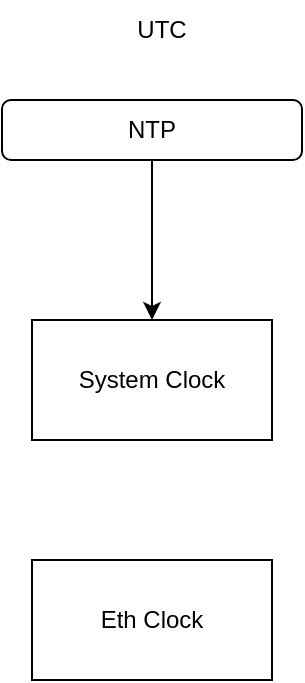
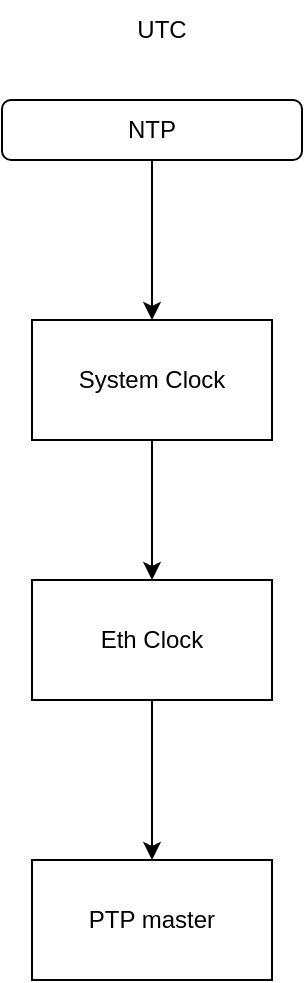
<mxfile host="app.diagrams.net" agent="Mozilla/5.0 (Windows NT 10.0; Win64; x64) AppleWebKit/537.36 (KHTML, like Gecko) Chrome/148.0.0.0 Safari/537.36">
  <diagram name="第 1 页" id="xi5zx8poPBdEaGlYp24N">
    <mxGraphModel dx="930" dy="494" grid="1" gridSize="10" guides="1" tooltips="1" connect="1" arrows="1" fold="1" page="1" pageScale="1" pageWidth="827" pageHeight="1169" math="0" shadow="0">
      <root>
        <mxCell id="0" />
        <mxCell id="1" parent="0" />
        <mxCell id="9tWx0qsMY7gKmuM-r2hu-1" edge="1" parent="1" source="473n1farRfXXC9yVkO81-1" style="edgeStyle=orthogonalEdgeStyle;rounded=0;orthogonalLoop=1;jettySize=auto;html=1;" target="473n1farRfXXC9yVkO81-7" value="">
          <mxGeometry relative="1" as="geometry" />
        </mxCell>
        <mxCell id="473n1farRfXXC9yVkO81-1" parent="1" style="rounded=1;whiteSpace=wrap;html=1;" value="NTP" vertex="1">
          <mxGeometry height="30" width="150" x="20" y="120" as="geometry" />
        </mxCell>
        <mxCell id="473n1farRfXXC9yVkO81-6" parent="1" style="text;html=1;whiteSpace=wrap;strokeColor=none;fillColor=none;align=center;verticalAlign=middle;rounded=0;" value="UTC" vertex="1">
          <mxGeometry height="30" width="60" x="70" y="70" as="geometry" />
        </mxCell>
+         <mxCell id="9tWx0qsMY7gKmuM-r2hu-3" edge="1" parent="1" source="473n1farRfXXC9yVkO81-7" style="edgeStyle=orthogonalEdgeStyle;rounded=0;orthogonalLoop=1;jettySize=auto;html=1;" target="9tWx0qsMY7gKmuM-r2hu-2" value="">
+           <mxGeometry relative="1" as="geometry" />
+         </mxCell>
        <mxCell id="473n1farRfXXC9yVkO81-7" parent="1" style="rounded=0;whiteSpace=wrap;html=1;" value="System Clock" vertex="1">
          <mxGeometry height="60" width="120" x="35" y="230" as="geometry" />
        </mxCell>
+         <mxCell id="9tWx0qsMY7gKmuM-r2hu-5" edge="1" parent="1" source="9tWx0qsMY7gKmuM-r2hu-2" style="edgeStyle=orthogonalEdgeStyle;rounded=0;orthogonalLoop=1;jettySize=auto;html=1;" target="9tWx0qsMY7gKmuM-r2hu-4" value="">
+           <mxGeometry relative="1" as="geometry" />
+         </mxCell>
        <mxCell id="9tWx0qsMY7gKmuM-r2hu-2" parent="1" style="rounded=0;whiteSpace=wrap;html=1;" value="Eth Clock" vertex="1">
-           <mxGeometry height="60" width="120" x="35" y="350" as="geometry" />
+           <mxGeometry height="60" width="120" x="35" y="360" as="geometry" />
+         </mxCell>
+         <mxCell id="9tWx0qsMY7gKmuM-r2hu-4" parent="1" style="rounded=0;whiteSpace=wrap;html=1;" value="PTP master" vertex="1">
+           <mxGeometry height="60" width="120" x="35" y="500" as="geometry" />
        </mxCell>
      </root>
    </mxGraphModel>
  </diagram>
</mxfile>
